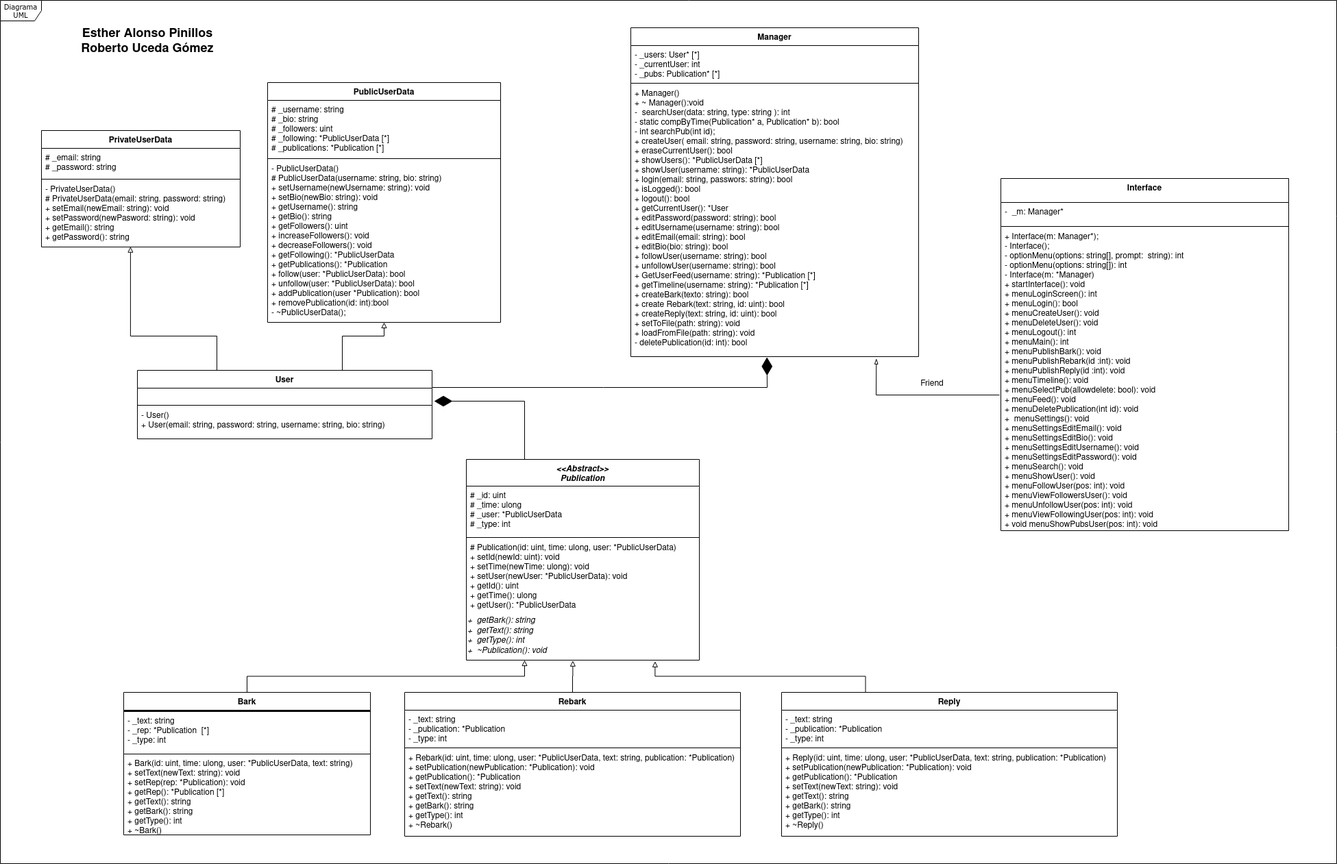
Before: docs/UMLDiagram_Proyecto.png, a diagram exported from draw.io (metroid2010/inf-industrial-project). Source tidied: cells renumbered, new cells last; positions are measured from the earlier drawing's top-left corner, leaving out a move shared by most shapes.
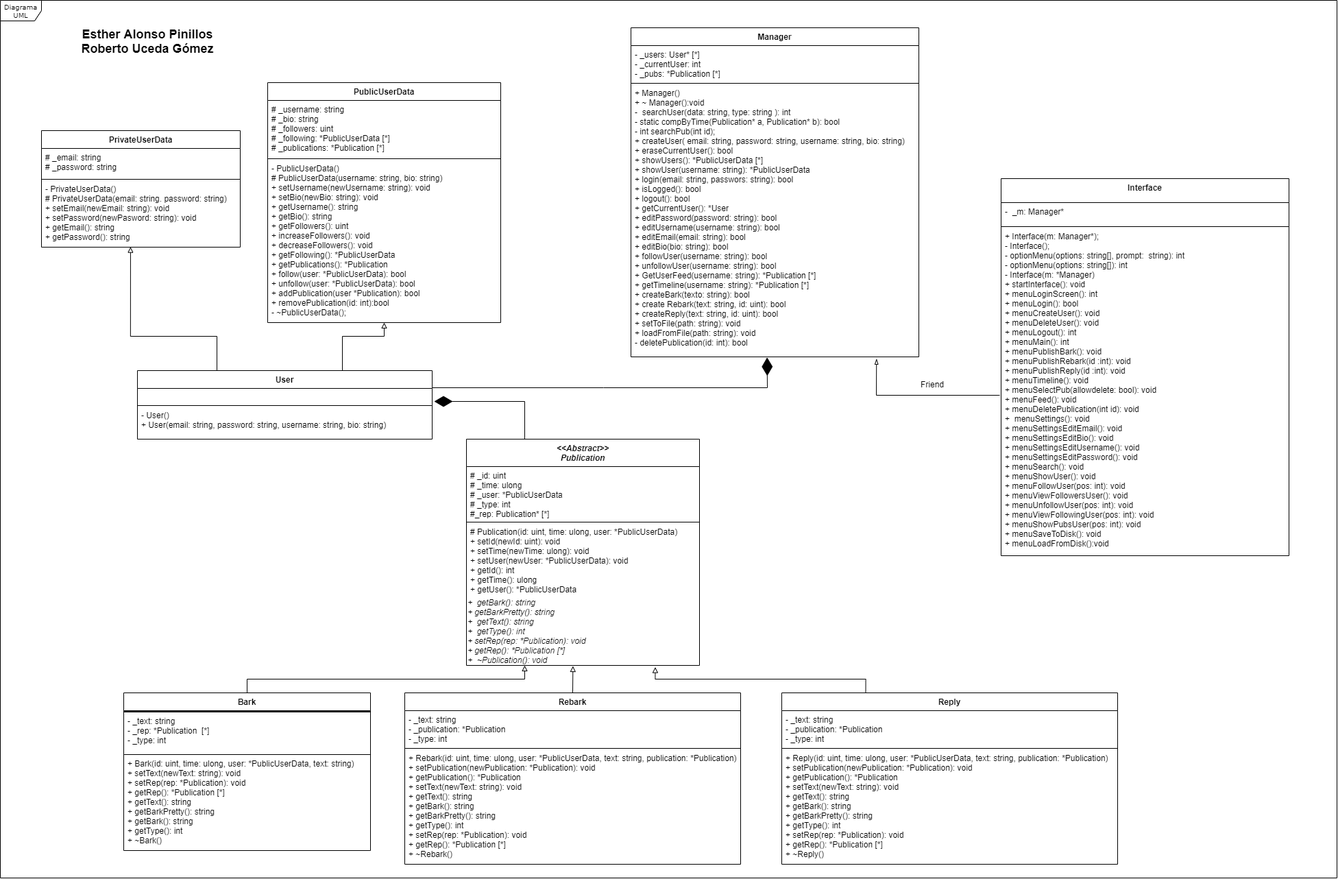
After the change.

The edit, as a diff of the source:
```diff
@@ -3,7 +3,7 @@
     <mxCell id="0" />
     <mxCell id="1" parent="0" />
     <mxCell id="2" value="Diagrama UML" style="shape=umlFrame;whiteSpace=wrap;html=1;rounded=0;shadow=0;comic=0;labelBackgroundColor=none;strokeWidth=1;fontFamily=Verdana;fontSize=10;align=center;" parent="1" vertex="1">
-      <mxGeometry width="1950" height="1260" as="geometry" />
+      <mxGeometry width="1950" height="1280" as="geometry" />
     </mxCell>
     <mxCell id="3" style="edgeStyle=orthogonalEdgeStyle;rounded=0;jettySize=auto;html=1;exitX=0.25;exitY=0;exitDx=0;exitDy=0;entryX=0.81;entryY=1.025;entryDx=0;entryDy=0;entryPerimeter=0;endArrow=block;endFill=0;" parent="1" edge="1" source="15" target="31">
       <mxGeometry relative="1" as="geometry" />
@@ -54,7 +54,7 @@
       <mxGeometry y="72" width="290" height="98" as="geometry" />
     </mxCell>
     <mxCell id="15" value="Reply" style="swimlane;fontStyle=1;align=center;verticalAlign=top;horizontal=1;startSize=26;" parent="1" vertex="1">
-      <mxGeometry x="1140" y="1010" width="490" height="210" as="geometry" />
+      <mxGeometry x="1140" y="1010" width="490" height="250" as="geometry" />
     </mxCell>
     <mxCell id="16" value="- _text: string&#10;- _publication: *Publication&#10;- _type: int" style="text;strokeColor=none;fillColor=none;align=left;verticalAlign=top;spacingLeft=4;spacingRight=4;overflow=hidden;" parent="15" vertex="1">
       <mxGeometry y="26" width="490" height="54" as="geometry" />
@@ -62,11 +62,11 @@
     <mxCell id="17" style="line;strokeWidth=1;fillColor=none;align=left;verticalAlign=middle;spacingTop=-1;spacingLeft=3;spacingRight=3;labelPosition=right;" parent="15" vertex="1">
       <mxGeometry y="80" width="490" height="2" as="geometry" />
     </mxCell>
-    <mxCell id="18" value="+ Reply(id: uint, time: ulong, user: *PublicUserData, text: string, publication: *Publication)&#10;+ setPublication(newPublication: *Publication): void&#10;+ getPublication(): *Publication&#10;+ setText(newText: string): void&#10;+ getText(): string&#10;+ getBark(): string&#10;+ getType(): int&#10;+ ~Reply()&#10;&#10;" style="text;strokeColor=none;fillColor=none;align=left;verticalAlign=top;spacingLeft=4;spacingRight=4;overflow=hidden;" parent="15" vertex="1">
-      <mxGeometry y="82" width="490" height="128" as="geometry" />
+    <mxCell id="18" value="+ Reply(id: uint, time: ulong, user: *PublicUserData, text: string, publication: *Publication)&#10;+ setPublication(newPublication: *Publication): void&#10;+ getPublication(): *Publication&#10;+ setText(newText: string): void&#10;+ getText(): string&#10;+ getBark(): string&#10;+ getBarkPretty(): string&#10;+ getType(): int&#10;+ setRep(rep: *Publication): void&#10;+ getRep(): *Publication [*]&#10;+ ~Reply()&#10;&#10;" style="text;strokeColor=none;fillColor=none;align=left;verticalAlign=top;spacingLeft=4;spacingRight=4;overflow=hidden;" parent="15" vertex="1">
+      <mxGeometry y="82" width="490" height="168" as="geometry" />
     </mxCell>
     <mxCell id="19" value="Bark" style="swimlane;fontStyle=1;align=center;verticalAlign=top;horizontal=1;startSize=26;" parent="1" vertex="1">
-      <mxGeometry x="180" y="1010" width="360" height="208" as="geometry" />
+      <mxGeometry x="180" y="1010" width="360" height="230" as="geometry" />
     </mxCell>
     <mxCell id="20" style="line;strokeWidth=1;fillColor=none;align=left;verticalAlign=middle;spacingTop=-1;spacingLeft=3;spacingRight=3;labelPosition=right;" parent="19" vertex="1">
       <mxGeometry y="26" width="360" height="2" as="geometry" />
@@ -74,11 +74,11 @@
     <mxCell id="21" value="- _text: string&#10;- _rep: *Publication  [*]&#10;- _type: int&#10;&#10;" style="text;strokeColor=#000000;fillColor=none;align=left;verticalAlign=top;spacingLeft=4;spacingRight=4;overflow=hidden;strokeWidth=1;" parent="19" vertex="1">
       <mxGeometry y="28" width="360" height="62" as="geometry" />
     </mxCell>
-    <mxCell id="22" value="+ Bark(id: uint, time: ulong, user: *PublicUserData, text: string)&#10;+ setText(newText: string): void&#10;+ setRep(rep: *Publication): void&#10;+ getRep(): *Publication [*]&#10;+ getText(): string&#10;+ getBark(): string&#10;+ getType(): int&#10;+ ~Bark()&#10;&#10;" style="text;strokeColor=none;fillColor=none;align=left;verticalAlign=top;spacingLeft=4;spacingRight=4;overflow=hidden;" parent="19" vertex="1">
-      <mxGeometry y="90" width="360" height="118" as="geometry" />
+    <mxCell id="22" value="+ Bark(id: uint, time: ulong, user: *PublicUserData, text: string)&#10;+ setText(newText: string): void&#10;+ setRep(rep: *Publication): void&#10;+ getRep(): *Publication [*]&#10;+ getText(): string&#10;+ getBarkPretty(): string&#10;+ getBark(): string&#10;+ getType(): int&#10;+ ~Bark()&#10;&#10;" style="text;strokeColor=none;fillColor=none;align=left;verticalAlign=top;spacingLeft=4;spacingRight=4;overflow=hidden;" parent="19" vertex="1">
+      <mxGeometry y="90" width="360" height="140" as="geometry" />
     </mxCell>
     <mxCell id="23" value="Rebark" style="swimlane;fontStyle=1;align=center;verticalAlign=top;horizontal=1;startSize=26;" parent="1" vertex="1">
-      <mxGeometry x="590" y="1010" width="490" height="210" as="geometry" />
+      <mxGeometry x="590" y="1010" width="490" height="250" as="geometry" />
     </mxCell>
     <mxCell id="24" value="- _text: string&#10;- _publication: *Publication&#10;- _type: int" style="text;strokeColor=none;fillColor=none;align=left;verticalAlign=top;spacingLeft=4;spacingRight=4;overflow=hidden;" parent="23" vertex="1">
       <mxGeometry y="26" width="490" height="54" as="geometry" />
@@ -86,24 +86,9 @@
     <mxCell id="25" style="line;strokeWidth=1;fillColor=none;align=left;verticalAlign=middle;spacingTop=-1;spacingLeft=3;spacingRight=3;labelPosition=right;" parent="23" vertex="1">
       <mxGeometry y="80" width="490" height="2" as="geometry" />
     </mxCell>
-    <mxCell id="26" value="+ Rebark(id: uint, time: ulong, user: *PublicUserData, text: string, publication: *Publication)&#10;+ setPublication(newPublication: *Publication): void&#10;+ getPublication(): *Publication&#10;+ setText(newText: string): void&#10;+ getText(): string&#10;+ getBark(): string&#10;+ getType(): int&#10;+ ~Rebark()&#10;&#10;" style="text;strokeColor=none;fillColor=none;align=left;verticalAlign=top;spacingLeft=4;spacingRight=4;overflow=hidden;" parent="23" vertex="1">
-      <mxGeometry y="82" width="490" height="128" as="geometry" />
+    <mxCell id="26" value="+ Rebark(id: uint, time: ulong, user: *PublicUserData, text: string, publication: *Publication)&#10;+ setPublication(newPublication: *Publication): void&#10;+ getPublication(): *Publication&#10;+ setText(newText: string): void&#10;+ getText(): string&#10;+ getBark(): string&#10;+ getBarkPretty(): string&#10;+ getType(): int&#10;+ setRep(rep: *Publication): void&#10;+ getRep(): *Publication [*]&#10;+ ~Rebark()&#10;&#10;" style="text;strokeColor=none;fillColor=none;align=left;verticalAlign=top;spacingLeft=4;spacingRight=4;overflow=hidden;" parent="23" vertex="1">
+      <mxGeometry y="82" width="490" height="168" as="geometry" />
     </mxCell>
-    <mxCell id="27" value="&lt;&lt;Abstract&gt;&gt;&#10;Publication" style="swimlane;fontStyle=3;align=center;verticalAlign=top;horizontal=1;startSize=39;" parent="1" vertex="1">
-      <mxGeometry x="680" y="670" width="340" height="293" as="geometry" />
-    </mxCell>
-    <mxCell id="28" value="# _id: uint&#10;# _time: ulong&#10;# _user: *PublicUserData&#10;# _type: int&#10;" style="text;strokeColor=none;fillColor=none;align=left;verticalAlign=top;spacingLeft=4;spacingRight=4;overflow=hidden;" parent="27" vertex="1">
-      <mxGeometry y="39" width="340" height="74" as="geometry" />
-    </mxCell>
-    <mxCell id="29" style="line;strokeWidth=1;fillColor=none;align=left;verticalAlign=middle;spacingTop=-1;spacingLeft=3;spacingRight=3;labelPosition=right;" parent="27" vertex="1">
-      <mxGeometry y="113" width="340" height="2" as="geometry" />
-    </mxCell>
-    <mxCell id="30" value="# Publication(id: uint, time: ulong, user: *PublicUserData)&#10;+ setId(newId: uint): void&#10;+ setTime(newTime: ulong): void&#10;+ setUser(newUser: *PublicUserData): void&#10;+ getId(): uint&#10;+ getTime(): ulong &#10;+ getUser(): *PublicUserData" style="text;strokeColor=none;fillColor=none;align=left;verticalAlign=top;spacingLeft=4;spacingRight=4;overflow=hidden;fontStyle=0;" parent="27" vertex="1">
-      <mxGeometry y="115" width="340" height="108" as="geometry" />
-    </mxCell>
-    <mxCell id="31" value="&lt;span&gt;&lt;i&gt;+&amp;nbsp; getBark(): string&lt;br&gt;&lt;div&gt;+&amp;nbsp; getText(): string&lt;/div&gt;&lt;div&gt;+&amp;nbsp; getType(): int&lt;/div&gt;&lt;/i&gt;&lt;/span&gt;&lt;span&gt;&lt;i&gt;&lt;div&gt;+&amp;nbsp; ~Publication(): void&lt;/div&gt;&lt;/i&gt;&lt;/span&gt;" style="text;html=1;strokeColor=none;fillColor=none;align=left;verticalAlign=middle;whiteSpace=wrap;rounded=0;" parent="27" vertex="1">
-      <mxGeometry y="223" width="340" height="70" as="geometry" />
-    </mxCell>
     <mxCell id="32" value="User" style="swimlane;fontStyle=1;align=center;verticalAlign=top;horizontal=1;startSize=26;" parent="1" vertex="1">
       <mxGeometry x="200" y="540" width="430" height="100" as="geometry" />
     </mxCell>
@@ -140,7 +125,7 @@
     <mxCell id="40" value="Manager" style="swimlane;fontStyle=1;align=center;verticalAlign=top;horizontal=1;startSize=26;" parent="1" vertex="1">
       <mxGeometry x="920" y="40" width="420" height="480" as="geometry" />
     </mxCell>
-    <mxCell id="41" value="- _users: User* [*]&#10;- _currentUser: int&#10;- _pubs: Publication* [*]" style="text;strokeColor=none;fillColor=none;align=left;verticalAlign=top;spacingLeft=4;spacingRight=4;overflow=hidden;" parent="40" vertex="1">
+    <mxCell id="41" value="- _users: User* [*]&#10;- _currentUser: int&#10;- _pubs: *Publication [*]" style="text;strokeColor=none;fillColor=none;align=left;verticalAlign=top;spacingLeft=4;spacingRight=4;overflow=hidden;" parent="40" vertex="1">
       <mxGeometry y="26" width="420" height="54" as="geometry" />
     </mxCell>
     <mxCell id="42" style="line;strokeWidth=1;fillColor=none;align=left;verticalAlign=middle;spacingTop=-1;spacingLeft=3;spacingRight=3;labelPosition=right;" parent="40" vertex="1">
@@ -158,7 +143,7 @@
       </mxGeometry>
     </mxCell>
     <mxCell id="45" value="Interface" style="swimlane;fontStyle=1;align=center;verticalAlign=top;horizontal=1;startSize=35;" parent="1" vertex="1">
-      <mxGeometry x="1460" y="260" width="420" height="514" as="geometry" />
+      <mxGeometry x="1460" y="260" width="420" height="550" as="geometry" />
     </mxCell>
     <mxCell id="46" value="-  _m: Manager*" style="text;strokeColor=none;fillColor=none;align=left;verticalAlign=top;spacingLeft=4;spacingRight=4;overflow=hidden;" parent="45" vertex="1">
       <mxGeometry y="35" width="420" height="34" as="geometry" />
@@ -166,11 +151,26 @@
     <mxCell id="47" style="line;strokeWidth=1;fillColor=none;align=left;verticalAlign=middle;spacingTop=-1;spacingLeft=3;spacingRight=3;labelPosition=right;" parent="45" vertex="1">
       <mxGeometry y="69" width="420" height="2" as="geometry" />
     </mxCell>
-    <mxCell id="48" value="+ Interface(m: Manager*);&#10;- Interface();&#10;- optionMenu(options: string[], prompt:  string): int&#10;- optionMenu(options: string[]): int&#10;- Interface(m: *Manager)&#10;+ startInterface(): void&#10;+ menuLoginScreen(): int&#10;+ menuLogin(): bool&#10;+ menuCreateUser(): void&#10;+ menuDeleteUser(): void&#10;+ menuLogout(): int&#10;+ menuMain(): int&#10;+ menuPublishBark(): void&#10;+ menuPublishRebark(id :int): void&#10;+ menuPublishReply(id :int): void&#10;+ menuTimeline(): void&#10;+ menuSelectPub(allowdelete: bool): void&#10;+ menuFeed(): void&#10;+ menuDeletePublication(int id): void&#10;+  menuSettings(): void&#10;+ menuSettingsEditEmail(): void&#10;+ menuSettingsEditBio(): void&#10;+ menuSettingsEditUsername(): void&#10;+ menuSettingsEditPassword(): void&#10;+ menuSearch(): void&#10;+ menuShowUser(): void&#10;+ menuFollowUser(pos: int): void&#10;+ menuViewFollowersUser(): void&#10;+ menuUnfollowUser(pos: int): void&#10;+ menuViewFollowingUser(pos: int): void&#10;+ void menuShowPubsUser(pos: int): void" style="text;strokeColor=none;fillColor=none;align=left;verticalAlign=top;spacingLeft=4;spacingRight=4;overflow=hidden;" parent="45" vertex="1">
-      <mxGeometry y="71" width="420" height="443" as="geometry" />
+    <mxCell id="48" value="+ Interface(m: Manager*);&#10;- Interface();&#10;- optionMenu(options: string[], prompt:  string): int&#10;- optionMenu(options: string[]): int&#10;- Interface(m: *Manager)&#10;+ startInterface(): void&#10;+ menuLoginScreen(): int&#10;+ menuLogin(): bool&#10;+ menuCreateUser(): void&#10;+ menuDeleteUser(): void&#10;+ menuLogout(): int&#10;+ menuMain(): int&#10;+ menuPublishBark(): void&#10;+ menuPublishRebark(id :int): void&#10;+ menuPublishReply(id :int): void&#10;+ menuTimeline(): void&#10;+ menuSelectPub(allowdelete: bool): void&#10;+ menuFeed(): void&#10;+ menuDeletePublication(int id): void&#10;+  menuSettings(): void&#10;+ menuSettingsEditEmail(): void&#10;+ menuSettingsEditBio(): void&#10;+ menuSettingsEditUsername(): void&#10;+ menuSettingsEditPassword(): void&#10;+ menuSearch(): void&#10;+ menuShowUser(): void&#10;+ menuFollowUser(pos: int): void&#10;+ menuViewFollowersUser(): void&#10;+ menuUnfollowUser(pos: int): void&#10;+ menuViewFollowingUser(pos: int): void&#10;+ menuShowPubsUser(pos: int): void&#10;+ menuSaveToDisk(): void&#10;+ menuLoadFromDisk():void" style="text;strokeColor=none;fillColor=none;align=left;verticalAlign=top;spacingLeft=4;spacingRight=4;overflow=hidden;" parent="45" vertex="1">
+      <mxGeometry y="71" width="420" height="479" as="geometry" />
     </mxCell>
     <mxCell id="49" value="Friend" style="text;html=1;strokeColor=none;fillColor=none;align=center;verticalAlign=middle;whiteSpace=wrap;rounded=0;" parent="1" vertex="1">
       <mxGeometry x="1340" y="550" width="40" height="20" as="geometry" />
     </mxCell>
+    <mxCell id="27" value="&lt;&lt;Abstract&gt;&gt;&#10;Publication" style="swimlane;fontStyle=3;align=center;verticalAlign=top;horizontal=1;startSize=40;" parent="1" vertex="1">
+      <mxGeometry x="680" y="640" width="340" height="330" as="geometry" />
+    </mxCell>
+    <mxCell id="28" value="# _id: uint&#10;# _time: ulong&#10;# _user: *PublicUserData&#10;# _type: int&#10;#_rep: Publication* [*]&#10; &#10;" style="text;strokeColor=none;fillColor=none;align=left;verticalAlign=top;spacingLeft=4;spacingRight=4;overflow=hidden;" parent="27" vertex="1">
+      <mxGeometry y="40" width="340" height="80" as="geometry" />
+    </mxCell>
+    <mxCell id="29" style="line;strokeWidth=1;fillColor=none;align=left;verticalAlign=middle;spacingTop=-1;spacingLeft=3;spacingRight=3;labelPosition=right;" parent="27" vertex="1">
+      <mxGeometry y="120" width="340" height="2" as="geometry" />
+    </mxCell>
+    <mxCell id="30" value="# Publication(id: uint, time: ulong, user: *PublicUserData)&#10;+ setId(newId: uint): void&#10;+ setTime(newTime: ulong): void&#10;+ setUser(newUser: *PublicUserData): void&#10;+ getId(): int&#10;+ getTime(): ulong &#10;+ getUser(): *PublicUserData" style="text;strokeColor=none;fillColor=none;align=left;verticalAlign=top;spacingLeft=4;spacingRight=4;overflow=hidden;fontStyle=0;" parent="27" vertex="1">
+      <mxGeometry y="122" width="340" height="108" as="geometry" />
+    </mxCell>
+    <mxCell id="31" value="&lt;span&gt;&lt;i&gt;+&amp;nbsp; getBark(): string&lt;br&gt;&lt;/i&gt;&lt;/span&gt;&lt;span&gt;&lt;i&gt;+ getBarkPretty(): string&lt;/i&gt;&lt;/span&gt;&lt;span&gt;&lt;i&gt;&lt;br&gt;&lt;/i&gt;&lt;div&gt;&lt;i&gt;+&amp;nbsp; getText(): string&lt;/i&gt;&lt;/div&gt;&lt;div&gt;&lt;i&gt;+&amp;nbsp; getType(): int&lt;/i&gt;&lt;/div&gt;&lt;div&gt;&lt;i&gt;+ setRep(rep:&amp;nbsp;*Publication): void&lt;br style=&quot;padding: 0px ; margin: 0px&quot;&gt;+ getRep(): *Publication [*]&lt;/i&gt;&lt;br&gt;&lt;/div&gt;&lt;/span&gt;&lt;span&gt;&lt;i&gt;&lt;div&gt;+&amp;nbsp; ~Publication(): void&lt;/div&gt;&lt;/i&gt;&lt;/span&gt;" style="text;html=1;strokeColor=none;fillColor=none;align=left;verticalAlign=middle;whiteSpace=wrap;rounded=0;" parent="27" vertex="1">
+      <mxGeometry y="230" width="340" height="100" as="geometry" />
+    </mxCell>
   </root>
 </mxGraphModel>
```
